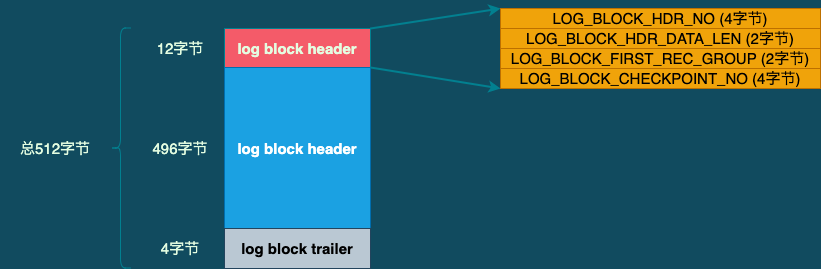
This is assets/redo log block示意图.png from gwwwwt/mysql_8.0.4, a draw.io export, as it was before one commit. Source tidied: cells renumbered, new cells last; positions are measured from the earlier drawing's top-left corner, leaving out a move shared by most shapes.
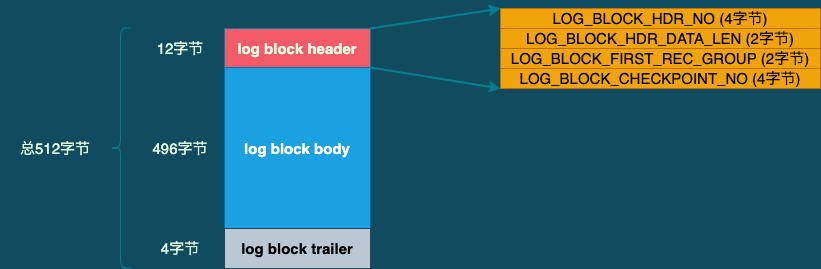
After the change.

The edit, as a diff of the source:
```diff
@@ -5,7 +5,7 @@
     <mxCell id="2" value="log block header" style="rounded=0;whiteSpace=wrap;html=1;sketch=0;fontColor=#E4FDE1;strokeColor=#028090;fillColor=#F45B69;fontSize=15;fontStyle=1;" parent="1" vertex="1">
       <mxGeometry x="224" y="20" width="146" height="40" as="geometry" />
     </mxCell>
-    <mxCell id="3" value="log block header" style="rounded=0;whiteSpace=wrap;html=1;sketch=0;strokeColor=#006EAF;fillColor=#1ba1e2;fontSize=15;fontStyle=1;fontColor=#ffffff;" parent="1" vertex="1">
+    <mxCell id="3" value="log block body" style="rounded=0;whiteSpace=wrap;html=1;sketch=0;strokeColor=#006EAF;fillColor=#1ba1e2;fontSize=15;fontStyle=1;fontColor=#ffffff;" parent="1" vertex="1">
       <mxGeometry x="224" y="59" width="146" height="161" as="geometry" />
     </mxCell>
     <mxCell id="4" value="log block trailer" style="rounded=0;whiteSpace=wrap;html=1;sketch=0;strokeColor=#23445d;fillColor=#bac8d3;fontSize=15;fontStyle=1;" parent="1" vertex="1">
```
